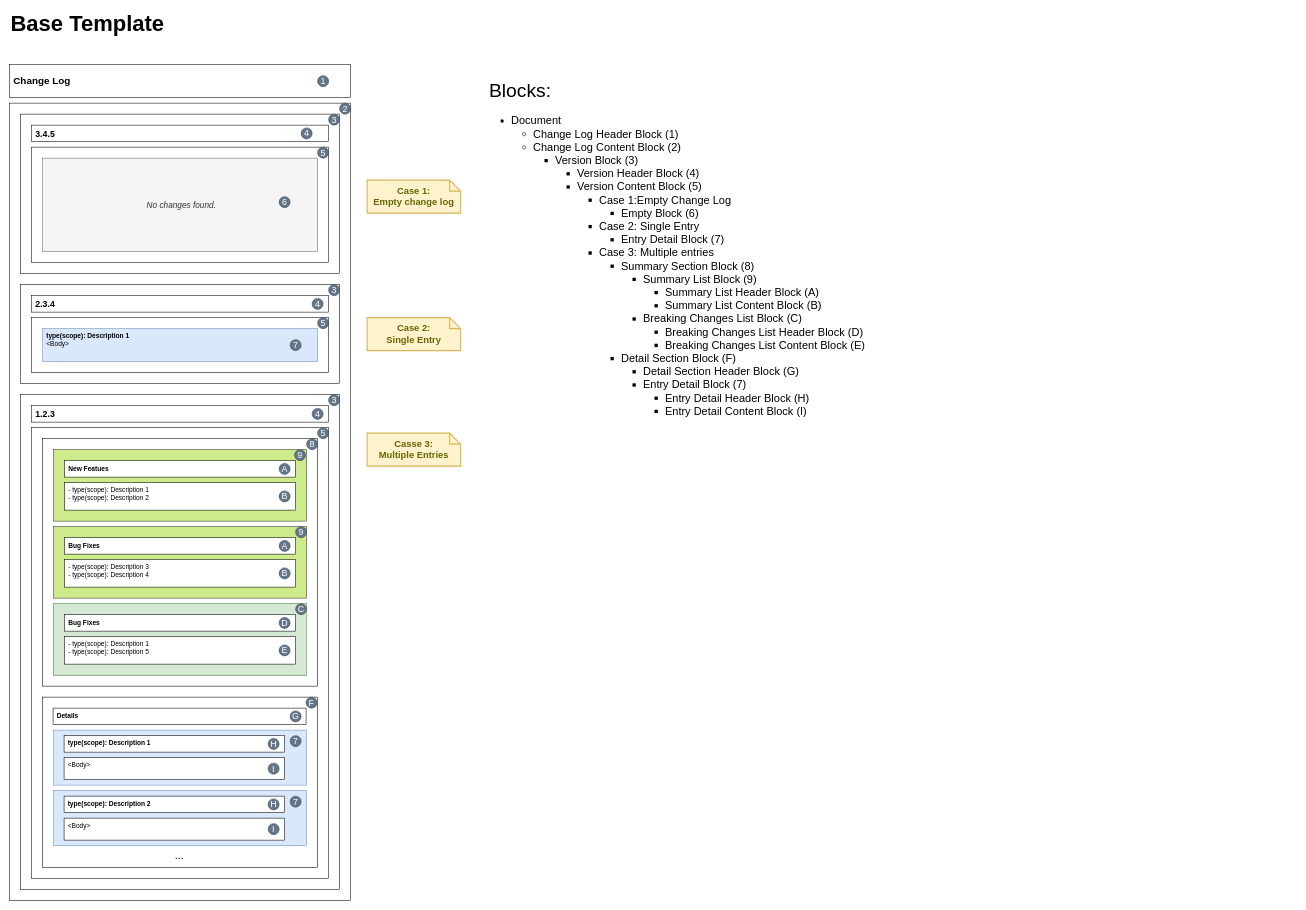
Earlier version of the draw.io diagram docs/img/template-blocks.drawio (ap0llo/changelog). Source tidied: cells renumbered, new cells numbered last; positions are measured from the earlier drawing's top-left corner, leaving out a move shared by most shapes. Both pictures are drawn from the tidied source at 55%, with x=0, y=0 at pixel (9, 9).
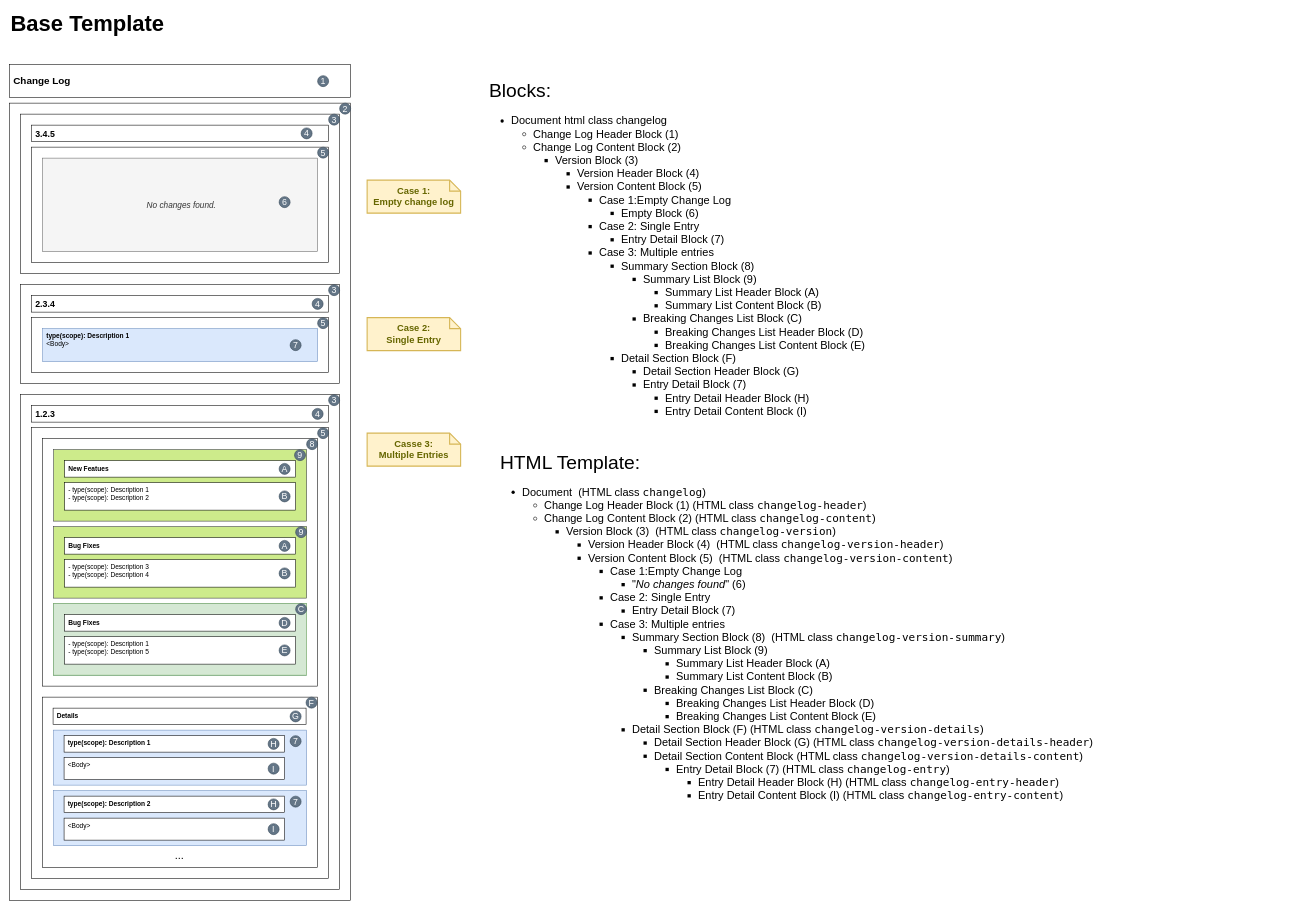
The same page after the edit.

Change to the diagram source:
```diff
@@
-    <mxCell id="5" value="&lt;font style=&quot;font-size: 35px&quot;&gt;Blocks:&lt;/font&gt;&lt;br&gt;&lt;ul style=&quot;font-size: 20px&quot;&gt;&lt;li&gt;Document&lt;/li&gt;&lt;ul&gt;&lt;li&gt;Change Log Header Block (1)&lt;/li&gt;&lt;li&gt;Change Log Content Block (2)&lt;/li&gt;&lt;ul&gt;&lt;li&gt;Version Block (3)&lt;/li&gt;&lt;ul&gt;&lt;li&gt;Version Header Block (4)&lt;/li&gt;&lt;li&gt;Version Content Block (5)&lt;/li&gt;&lt;ul&gt;&lt;li&gt;Case 1:Empty Change Log&lt;/li&gt;&lt;ul&gt;&lt;li&gt;Empty Block (6)&lt;/li&gt;&lt;/ul&gt;&lt;li&gt;Case 2: Single Entry&lt;/li&gt;&lt;ul&gt;&lt;li&gt;Entry Detail Block (7)&lt;/li&gt;&lt;/ul&gt;&lt;li&gt;Case 3: Multiple entries&lt;/li&gt;&lt;ul&gt;&lt;li&gt;Summary Section Block (8)&lt;/li&gt;&lt;ul&gt;&lt;li&gt;Summary List Block (9)&lt;/li&gt;&lt;ul&gt;&lt;li&gt;Summary List Header Block (A)&lt;/li&gt;&lt;li&gt;Summary List Content Block (B)&lt;/li&gt;&lt;/ul&gt;&lt;li&gt;Breaking Changes List Block (C)&lt;/li&gt;&lt;ul&gt;&lt;li&gt;Breaking Changes List Header Block (D)&lt;/li&gt;&lt;li&gt;Breaking Changes List Content Block (E)&lt;/li&gt;&lt;/ul&gt;&lt;/ul&gt;&lt;li&gt;Detail Section Block (F)&lt;/li&gt;&lt;ul&gt;&lt;li&gt;Detail Section Header Block (G)&lt;/li&gt;&lt;li&gt;Entry Detail Block (7)&lt;/li&gt;&lt;ul&gt;&lt;li&gt;Entry Detail Header Block (H)&lt;/li&gt;&lt;li&gt;Entry Detail Content Block (I)&lt;/li&gt;&lt;/ul&gt;&lt;/ul&gt;&lt;/ul&gt;&lt;/ul&gt;&lt;/ul&gt;&lt;/ul&gt;&lt;/ul&gt;&lt;/ul&gt;" style="text;html=1;strokeColor=none;fillColor=none;align=left;verticalAlign=top;whiteSpace=wrap;rounded=0;fontSize=40;" parent="1" vertex="1">
-      <mxGeometry x="870" y="115" width="760" height="630" as="geometry" />
+    <mxCell id="5" value="&lt;font style=&quot;font-size: 35px&quot;&gt;Blocks:&lt;/font&gt;&lt;br&gt;&lt;ul style=&quot;font-size: 20px&quot;&gt;&lt;li&gt;Document html class changelog&lt;/li&gt;&lt;ul&gt;&lt;li&gt;Change Log Header Block (1)&lt;/li&gt;&lt;li&gt;Change Log Content Block (2)&amp;nbsp;&lt;/li&gt;&lt;ul&gt;&lt;li&gt;Version Block (3)&amp;nbsp;&amp;nbsp;&lt;/li&gt;&lt;ul&gt;&lt;li&gt;Version Header Block (4)&amp;nbsp;&lt;/li&gt;&lt;li&gt;Version Content Block (5)&amp;nbsp;&amp;nbsp;&lt;/li&gt;&lt;ul&gt;&lt;li&gt;Case 1:Empty Change Log&lt;/li&gt;&lt;ul&gt;&lt;li&gt;Empty Block (6)&lt;/li&gt;&lt;/ul&gt;&lt;li&gt;Case 2: Single Entry&lt;/li&gt;&lt;ul&gt;&lt;li&gt;Entry Detail Block (7)&lt;/li&gt;&lt;/ul&gt;&lt;li&gt;Case 3: Multiple entries&lt;/li&gt;&lt;ul&gt;&lt;li&gt;Summary Section Block (8)&lt;/li&gt;&lt;ul&gt;&lt;li&gt;Summary List Block (9)&lt;/li&gt;&lt;ul&gt;&lt;li&gt;Summary List Header Block (A)&lt;/li&gt;&lt;li&gt;Summary List Content Block (B)&lt;/li&gt;&lt;/ul&gt;&lt;li&gt;Breaking Changes List Block (C)&lt;/li&gt;&lt;ul&gt;&lt;li&gt;Breaking Changes List Header Block (D)&lt;/li&gt;&lt;li&gt;Breaking Changes List Content Block (E)&lt;/li&gt;&lt;/ul&gt;&lt;/ul&gt;&lt;li&gt;Detail Section Block (F)&lt;/li&gt;&lt;ul&gt;&lt;li&gt;Detail Section Header Block (G)&lt;/li&gt;&lt;li&gt;Entry Detail Block (7)&lt;/li&gt;&lt;ul&gt;&lt;li&gt;Entry Detail Header Block (H)&lt;/li&gt;&lt;li&gt;Entry Detail Content Block (I)&lt;/li&gt;&lt;/ul&gt;&lt;/ul&gt;&lt;/ul&gt;&lt;/ul&gt;&lt;/ul&gt;&lt;/ul&gt;&lt;/ul&gt;&lt;/ul&gt;" style="text;html=1;strokeColor=none;fillColor=none;align=left;verticalAlign=top;whiteSpace=wrap;rounded=0;fontSize=40;" parent="1" vertex="1">
+      <mxGeometry x="870" y="115" width="1020" height="630" as="geometry" />
     </mxCell>
@@
+    <mxCell id="80" value="&lt;font style=&quot;font-size: 35px&quot;&gt;HTML Template:&lt;/font&gt;&lt;br&gt;&lt;ul style=&quot;font-size: 20px&quot;&gt;&lt;li&gt;Document&amp;nbsp; (HTML class &lt;font face=&quot;Lucida Console&quot;&gt;changelog&lt;/font&gt;)&lt;/li&gt;&lt;ul&gt;&lt;li&gt;Change Log Header Block (1) (HTML class &lt;font face=&quot;Lucida Console&quot;&gt;changelog-header&lt;/font&gt;)&lt;/li&gt;&lt;li&gt;Change Log Content Block (2) (HTML class &lt;font face=&quot;Lucida Console&quot;&gt;changelog-content&lt;/font&gt;)&lt;/li&gt;&lt;ul&gt;&lt;li&gt;Version Block (3)&amp;nbsp; (HTML class &lt;font face=&quot;Lucida Console&quot;&gt;changelog-version&lt;/font&gt;)&lt;/li&gt;&lt;ul&gt;&lt;li&gt;Version Header Block (4)&amp;nbsp; (HTML class &lt;font face=&quot;Lucida Console&quot;&gt;changelog-version-header&lt;/font&gt;)&lt;/li&gt;&lt;li&gt;Version Content Block (5)&amp;nbsp; (HTML class &lt;font face=&quot;Lucida Console&quot;&gt;changelog-version-content&lt;/font&gt;)&lt;/li&gt;&lt;ul&gt;&lt;li&gt;Case 1:Empty Change Log&lt;/li&gt;&lt;ul&gt;&lt;li&gt;&quot;&lt;i&gt;No changes found&lt;/i&gt;&quot; (6)&lt;/li&gt;&lt;/ul&gt;&lt;li&gt;Case 2: Single Entry&lt;/li&gt;&lt;ul&gt;&lt;li&gt;Entry Detail Block (7)&lt;/li&gt;&lt;/ul&gt;&lt;li&gt;Case 3: Multiple entries&lt;/li&gt;&lt;ul&gt;&lt;li&gt;Summary Section Block (8)&amp;nbsp; (HTML class&amp;nbsp;&lt;font face=&quot;Lucida Console&quot;&gt;changelog-version-summary&lt;/font&gt;)&lt;/li&gt;&lt;ul&gt;&lt;li&gt;Summary List Block (9)&lt;/li&gt;&lt;ul&gt;&lt;li&gt;Summary List Header Block (A)&lt;/li&gt;&lt;li&gt;Summary List Content Block (B)&lt;/li&gt;&lt;/ul&gt;&lt;li&gt;Breaking Changes List Block (C)&lt;/li&gt;&lt;ul&gt;&lt;li&gt;Breaking Changes List Header Block (D)&lt;/li&gt;&lt;li&gt;Breaking Changes List Content Block (E)&lt;/li&gt;&lt;/ul&gt;&lt;/ul&gt;&lt;li&gt;Detail Section Block (F) (HTML class&amp;nbsp;&lt;font face=&quot;Lucida Console&quot;&gt;changelog-version-details&lt;/font&gt;)&lt;/li&gt;&lt;ul&gt;&lt;li&gt;Detail Section Header Block (G) (HTML class&amp;nbsp;&lt;font face=&quot;Lucida Console&quot;&gt;changelog-version-details-header&lt;/font&gt;)&lt;/li&gt;&lt;li&gt;Detail Section Content Block (HTML class &lt;font face=&quot;Lucida Console&quot;&gt;changelog-version-details-content&lt;/font&gt;)&lt;/li&gt;&lt;ul&gt;&lt;li&gt;Entry Detail Block (7) (HTML class &lt;font face=&quot;Lucida Console&quot;&gt;changelog-entry&lt;/font&gt;)&lt;/li&gt;&lt;ul&gt;&lt;li&gt;Entry Detail Header Block (H) (HTML class&amp;nbsp;&lt;font face=&quot;Lucida Console&quot;&gt;changelog-entry-header&lt;/font&gt;)&lt;/li&gt;&lt;li&gt;Entry Detail Content Block (I) (HTML class&amp;nbsp;&lt;font face=&quot;Lucida Console&quot;&gt;changelog-entry-content&lt;/font&gt;)&lt;/li&gt;&lt;/ul&gt;&lt;/ul&gt;&lt;/ul&gt;&lt;/ul&gt;&lt;/ul&gt;&lt;/ul&gt;&lt;/ul&gt;&lt;/ul&gt;&lt;/ul&gt;" style="text;html=1;strokeColor=none;fillColor=none;align=left;verticalAlign=top;whiteSpace=wrap;rounded=0;fontSize=40;" parent="1" vertex="1">
+      <mxGeometry x="890" y="790" width="1450" height="790" as="geometry" />
+    </mxCell>
```
